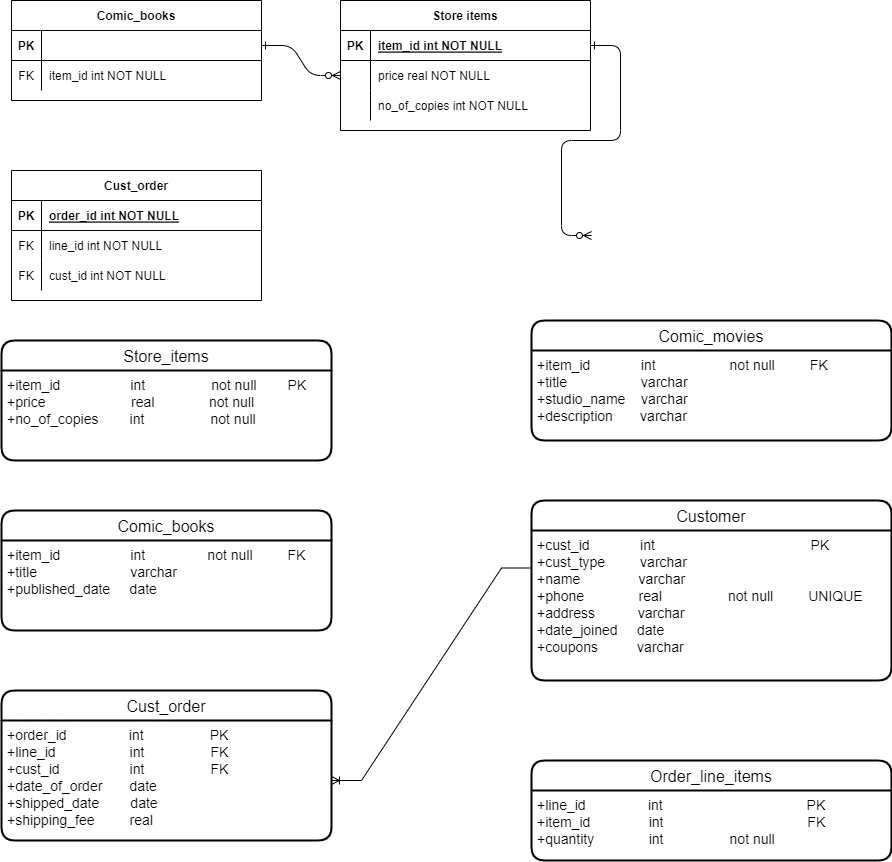
Earlier version of the draw.io export Untitled Diagram.drawio.png (Ajitesh-Sai/Master-Robot-Bookstore). Source tidied: cells renumbered, new cells last; positions are measured from the earlier drawing's top-left corner, leaving out a move shared by most shapes.
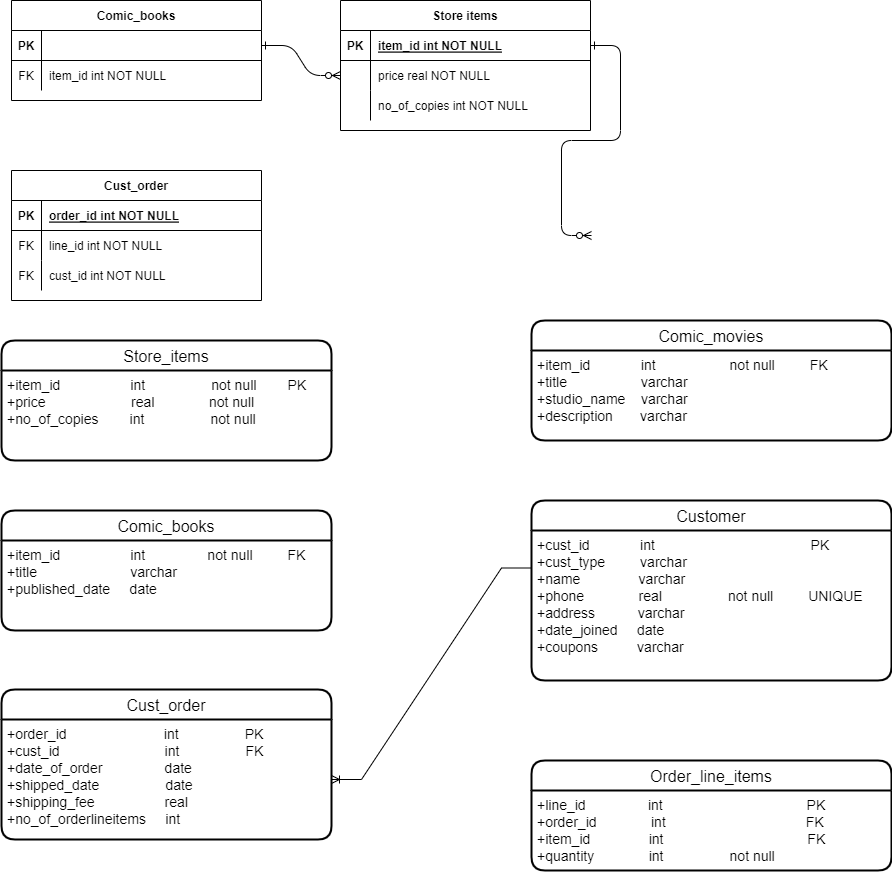
The same file after the commit.

Change to the diagram source:
```diff
@@ -110,15 +110,15 @@
       <mxGeometry y="30" width="360" height="90" as="geometry" />
     </mxCell>
     <mxCell id="37" value="Order_line_items" style="swimlane;horizontal=1;startSize=30;rounded=1;fontSize=16;fontStyle=0;strokeWidth=2;shadow=0;dashed=0;align=center;" parent="1" vertex="1">
-      <mxGeometry x="530" y="760" width="360" height="100" as="geometry" />
+      <mxGeometry x="530" y="760" width="360" height="110" as="geometry" />
     </mxCell>
-    <mxCell id="38" value="+line_id                int                                     PK&#10;+item_id               int                                     FK&#10;+quantity              int                 not null" style="align=left;strokeColor=none;fillColor=none;spacingLeft=4;fontSize=14;verticalAlign=top;" parent="37" vertex="1">
-      <mxGeometry y="30" width="360" height="70" as="geometry" />
+    <mxCell id="38" value="+line_id                int                                     PK&#10;+order_id              int                                    FK&#10;+item_id               int                                     FK&#10;+quantity              int                 not null" style="align=left;strokeColor=none;fillColor=none;spacingLeft=4;fontSize=14;verticalAlign=top;" parent="37" vertex="1">
+      <mxGeometry y="30" width="360" height="80" as="geometry" />
     </mxCell>
     <mxCell id="39" value="Cust_order" style="swimlane;horizontal=1;startSize=30;rounded=1;fontSize=16;fontStyle=0;strokeWidth=2;shadow=0;dashed=0;align=center;" parent="1" vertex="1">
-      <mxGeometry y="690" width="330" height="150" as="geometry" />
+      <mxGeometry y="689" width="330" height="150" as="geometry" />
     </mxCell>
-    <mxCell id="40" value="+order_id                int                 PK&#10;+line_id                   int                 FK&#10;+cust_id                  int                 FK&#10;+date_of_order       date&#10;+shipped_date        date&#10;+shipping_fee         real" style="align=left;strokeColor=none;fillColor=none;spacingLeft=4;fontSize=14;verticalAlign=top;" parent="39" vertex="1">
+    <mxCell id="40" value="+order_id                          int                 PK&#10;+cust_id                            int                 FK&#10;+date_of_order                date&#10;+shipped_date                  date&#10;+shipping_fee                  real&#10;+no_of_orderlineitems     int         " style="align=left;strokeColor=none;fillColor=none;spacingLeft=4;fontSize=14;verticalAlign=top;" parent="39" vertex="1">
       <mxGeometry y="30" width="330" height="120" as="geometry" />
     </mxCell>
     <mxCell id="41" value="Customer" style="swimlane;horizontal=1;startSize=30;rounded=1;fontSize=16;fontStyle=0;strokeWidth=2;shadow=0;dashed=0;align=center;" parent="1" vertex="1">
```
